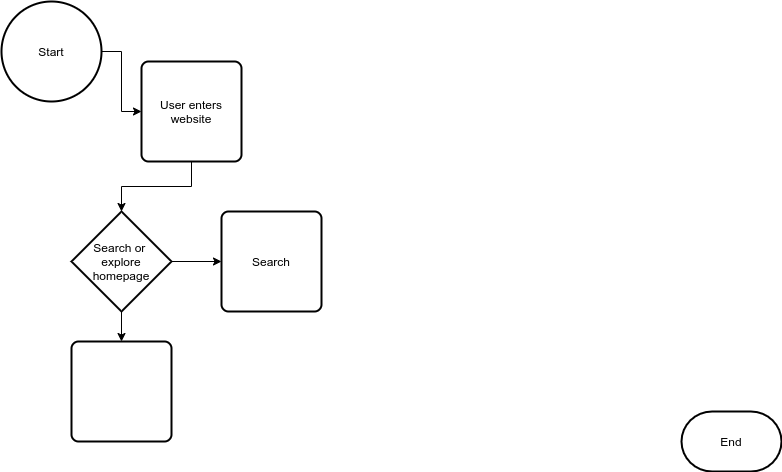
This is explore/diagramming/diagram.drawio.png from haxoc/fa21-cse110-lab4, a draw.io export, as it was before one commit. Source tidied: cells renumbered, new cells last; positions are measured from the earlier drawing's top-left corner, leaving out a move shared by most shapes. The source it was exported from:
```xml
<mxGraphModel>
  <root>
    <mxCell id="0" />
    <mxCell id="1" parent="0" />
    <mxCell id="2" style="edgeStyle=orthogonalEdgeStyle;rounded=0;jettySize=auto;html=1;" parent="1" edge="1" source="3" target="6">
      <mxGeometry relative="1" as="geometry" />
    </mxCell>
    <mxCell id="3" value="Start" style="strokeWidth=2;html=1;shape=mxgraph.flowchart.start_2;whiteSpace=wrap;" parent="1" vertex="1">
      <mxGeometry width="100" height="100" as="geometry" />
    </mxCell>
    <mxCell id="4" value="End" style="strokeWidth=2;html=1;shape=mxgraph.flowchart.terminator;whiteSpace=wrap;" parent="1" vertex="1">
      <mxGeometry x="680" y="410" width="100" height="60" as="geometry" />
    </mxCell>
    <mxCell id="5" style="edgeStyle=orthogonalEdgeStyle;rounded=0;jettySize=auto;html=1;" parent="1" edge="1" source="6" target="9">
      <mxGeometry relative="1" as="geometry" />
    </mxCell>
    <mxCell id="6" value="User enters website" style="rounded=1;whiteSpace=wrap;html=1;absoluteArcSize=1;arcSize=14;strokeWidth=2;" parent="1" vertex="1">
      <mxGeometry x="140" y="60" width="100" height="100" as="geometry" />
    </mxCell>
    <mxCell id="7" style="edgeStyle=orthogonalEdgeStyle;rounded=0;jettySize=auto;html=1;" parent="1" edge="1" source="9" target="10">
      <mxGeometry relative="1" as="geometry" />
    </mxCell>
    <mxCell id="8" style="edgeStyle=orthogonalEdgeStyle;rounded=0;jettySize=auto;html=1;" parent="1" edge="1" source="9" target="11">
      <mxGeometry relative="1" as="geometry" />
    </mxCell>
    <mxCell id="9" value="Search or &lt;br&gt;explore homepage" style="strokeWidth=2;html=1;shape=mxgraph.flowchart.decision;whiteSpace=wrap;" parent="1" vertex="1">
      <mxGeometry x="70" y="210" width="100" height="100" as="geometry" />
    </mxCell>
    <mxCell id="10" value="Search" style="rounded=1;whiteSpace=wrap;html=1;absoluteArcSize=1;arcSize=14;strokeWidth=2;" parent="1" vertex="1">
      <mxGeometry x="220" y="210" width="100" height="100" as="geometry" />
    </mxCell>
    <mxCell id="11" style="rounded=1;whiteSpace=wrap;html=1;absoluteArcSize=1;arcSize=14;strokeWidth=2;" parent="1" vertex="1">
      <mxGeometry x="70" y="340" width="100" height="100" as="geometry" />
    </mxCell>
  </root>
</mxGraphModel>
```
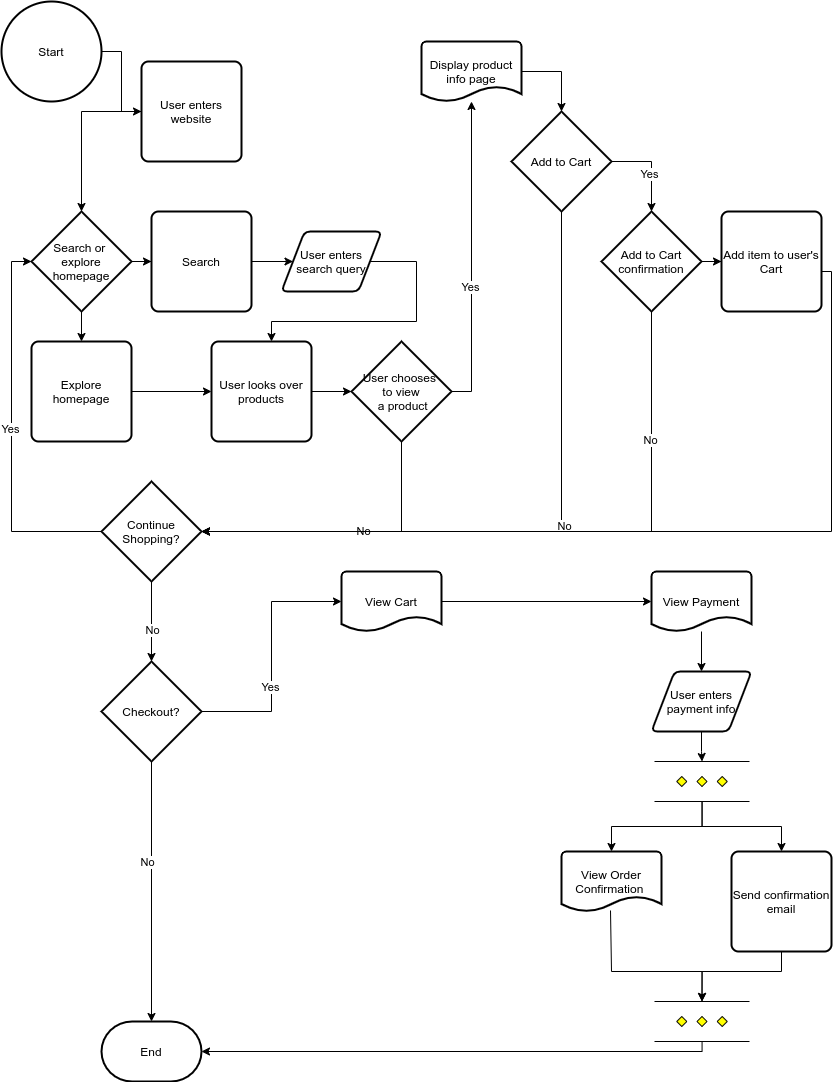
The same diagram one commit later.

What changed in the source:
```diff
@@ -9,7 +9,7 @@
       <mxGeometry width="100" height="100" as="geometry" />
     </mxCell>
     <mxCell id="4" value="End" style="strokeWidth=2;html=1;shape=mxgraph.flowchart.terminator;whiteSpace=wrap;" parent="1" vertex="1">
-      <mxGeometry x="680" y="410" width="100" height="60" as="geometry" />
+      <mxGeometry x="100" y="1020" width="100" height="60" as="geometry" />
     </mxCell>
     <mxCell id="5" style="edgeStyle=orthogonalEdgeStyle;rounded=0;jettySize=auto;html=1;" parent="1" edge="1" source="6" target="9">
       <mxGeometry relative="1" as="geometry" />
@@ -24,13 +24,223 @@
       <mxGeometry relative="1" as="geometry" />
     </mxCell>
     <mxCell id="9" value="Search or &lt;br&gt;explore homepage" style="strokeWidth=2;html=1;shape=mxgraph.flowchart.decision;whiteSpace=wrap;" parent="1" vertex="1">
-      <mxGeometry x="70" y="210" width="100" height="100" as="geometry" />
+      <mxGeometry x="30" y="210" width="100" height="100" as="geometry" />
     </mxCell>
+    <mxCell id="12" style="edgeStyle=orthogonalEdgeStyle;rounded=0;jettySize=auto;html=1;" parent="1" edge="1" source="10" target="15">
+      <mxGeometry relative="1" as="geometry" />
+    </mxCell>
     <mxCell id="10" value="Search" style="rounded=1;whiteSpace=wrap;html=1;absoluteArcSize=1;arcSize=14;strokeWidth=2;" parent="1" vertex="1">
-      <mxGeometry x="220" y="210" width="100" height="100" as="geometry" />
+      <mxGeometry x="150" y="210" width="100" height="100" as="geometry" />
     </mxCell>
+    <mxCell id="13" style="edgeStyle=orthogonalEdgeStyle;rounded=0;jettySize=auto;html=1;" parent="1" edge="1" source="11" target="17">
+      <mxGeometry relative="1" as="geometry" />
+    </mxCell>
-    <mxCell id="11" style="rounded=1;whiteSpace=wrap;html=1;absoluteArcSize=1;arcSize=14;strokeWidth=2;" parent="1" vertex="1">
-      <mxGeometry x="70" y="340" width="100" height="100" as="geometry" />
+    <mxCell id="11" value="Explore homepage" style="rounded=1;whiteSpace=wrap;html=1;absoluteArcSize=1;arcSize=14;strokeWidth=2;" parent="1" vertex="1">
+      <mxGeometry x="30" y="340" width="100" height="100" as="geometry" />
     </mxCell>
+    <mxCell id="14" style="edgeStyle=orthogonalEdgeStyle;rounded=0;jettySize=auto;html=1;" parent="1" edge="1" source="15" target="17">
+      <mxGeometry relative="1" as="geometry">
+        <Array as="points">
+          <mxPoint x="415" y="320" />
+          <mxPoint x="270" y="320" />
+        </Array>
+      </mxGeometry>
+    </mxCell>
+    <mxCell id="15" value="User enters search query" style="shape=parallelogram;html=1;strokeWidth=2;perimeter=parallelogramPerimeter;whiteSpace=wrap;rounded=1;arcSize=12;size=0.23;" parent="1" vertex="1">
+      <mxGeometry x="280" y="230" width="100" height="60" as="geometry" />
+    </mxCell>
+    <mxCell id="16" style="edgeStyle=orthogonalEdgeStyle;rounded=0;jettySize=auto;html=1;" parent="1" edge="1" source="17" target="22">
+      <mxGeometry relative="1" as="geometry" />
+    </mxCell>
+    <mxCell id="17" value="User looks over products" style="rounded=1;whiteSpace=wrap;html=1;absoluteArcSize=1;arcSize=14;strokeWidth=2;" parent="1" vertex="1">
+      <mxGeometry x="210" y="340" width="100" height="100" as="geometry" />
+    </mxCell>
+    <mxCell id="18" style="edgeStyle=orthogonalEdgeStyle;rounded=0;jettySize=auto;html=1;entryX=1;entryY=0.5;entryDx=0;entryDy=0;entryPerimeter=0;" parent="1" edge="1" source="22" target="29">
+      <mxGeometry relative="1" as="geometry">
+        <Array as="points">
+          <mxPoint x="400" y="530" />
+        </Array>
+      </mxGeometry>
+    </mxCell>
+    <mxCell id="19" value="No" style="edgeLabel;html=1;align=center;verticalAlign=middle;" parent="18" vertex="1">
+      <mxGeometry x="-0.12" y="-1" relative="1" as="geometry" />
+    </mxCell>
+    <mxCell id="20" style="edgeStyle=orthogonalEdgeStyle;rounded=0;jettySize=auto;html=1;" parent="1" edge="1" source="22" target="24">
+      <mxGeometry relative="1" as="geometry">
+        <Array as="points">
+          <mxPoint x="470" y="390" />
+        </Array>
+      </mxGeometry>
+    </mxCell>
+    <mxCell id="21" value="Yes" style="edgeLabel;html=1;align=center;verticalAlign=middle;" parent="20" vertex="1">
+      <mxGeometry x="-0.2" y="2" relative="1" as="geometry" />
+    </mxCell>
+    <mxCell id="22" value="User chooses &lt;br&gt;to view&lt;br&gt;&amp;nbsp;a product" style="strokeWidth=2;html=1;shape=mxgraph.flowchart.decision;whiteSpace=wrap;" parent="1" vertex="1">
+      <mxGeometry x="350" y="340" width="100" height="100" as="geometry" />
+    </mxCell>
+    <mxCell id="23" style="edgeStyle=orthogonalEdgeStyle;rounded=0;jettySize=auto;html=1;" parent="1" edge="1" source="24" target="39">
+      <mxGeometry relative="1" as="geometry">
+        <Array as="points">
+          <mxPoint x="560" y="70" />
+        </Array>
+      </mxGeometry>
+    </mxCell>
+    <mxCell id="24" value="Display product info page" style="strokeWidth=2;html=1;shape=mxgraph.flowchart.document2;whiteSpace=wrap;size=0.25;" parent="1" vertex="1">
+      <mxGeometry x="420" y="40" width="100" height="60" as="geometry" />
+    </mxCell>
+    <mxCell id="25" style="edgeStyle=orthogonalEdgeStyle;rounded=0;jettySize=auto;html=1;entryX=0;entryY=0.5;entryDx=0;entryDy=0;entryPerimeter=0;" parent="1" edge="1" source="29" target="9">
+      <mxGeometry relative="1" as="geometry">
+        <Array as="points">
+          <mxPoint x="10" y="530" />
+          <mxPoint x="10" y="260" />
+        </Array>
+      </mxGeometry>
+    </mxCell>
+    <mxCell id="26" value="Yes" style="edgeLabel;html=1;align=center;verticalAlign=middle;" parent="25" vertex="1">
+      <mxGeometry x="0.01" y="2" relative="1" as="geometry" />
+    </mxCell>
+    <mxCell id="27" style="edgeStyle=orthogonalEdgeStyle;rounded=0;jettySize=auto;html=1;" parent="1" edge="1" source="29" target="34">
+      <mxGeometry relative="1" as="geometry" />
+    </mxCell>
+    <mxCell id="28" value="No" style="edgeLabel;html=1;align=center;verticalAlign=middle;" parent="27" vertex="1">
+      <mxGeometry x="0.22" relative="1" as="geometry" />
+    </mxCell>
+    <mxCell id="29" value="Continue Shopping?" style="strokeWidth=2;html=1;shape=mxgraph.flowchart.decision;whiteSpace=wrap;" parent="1" vertex="1">
+      <mxGeometry x="100" y="480" width="100" height="100" as="geometry" />
+    </mxCell>
+    <mxCell id="30" style="edgeStyle=orthogonalEdgeStyle;rounded=0;jettySize=auto;html=1;entryX=0.5;entryY=0;entryDx=0;entryDy=0;entryPerimeter=0;" parent="1" edge="1" source="34" target="4">
+      <mxGeometry relative="1" as="geometry">
+        <Array as="points">
+          <mxPoint x="150" y="1020" />
+        </Array>
+      </mxGeometry>
+    </mxCell>
+    <mxCell id="31" value="No" style="edgeLabel;html=1;align=center;verticalAlign=middle;" parent="30" vertex="1">
+      <mxGeometry x="-0.18" y="-5" relative="1" as="geometry">
+        <mxPoint y="-5" as="offset" />
+      </mxGeometry>
+    </mxCell>
+    <mxCell id="32" style="edgeStyle=orthogonalEdgeStyle;rounded=0;jettySize=auto;html=1;entryX=0;entryY=0.5;entryDx=0;entryDy=0;entryPerimeter=0;" parent="1" edge="1" source="34" target="47">
+      <mxGeometry relative="1" as="geometry" />
+    </mxCell>
+    <mxCell id="33" value="Yes" style="edgeLabel;html=1;align=center;verticalAlign=middle;" parent="32" vertex="1">
+      <mxGeometry x="-0.24" y="2" relative="1" as="geometry" />
+    </mxCell>
+    <mxCell id="34" value="Checkout?" style="strokeWidth=2;html=1;shape=mxgraph.flowchart.decision;whiteSpace=wrap;" parent="1" vertex="1">
+      <mxGeometry x="100" y="660" width="100" height="100" as="geometry" />
+    </mxCell>
+    <mxCell id="35" style="edgeStyle=orthogonalEdgeStyle;rounded=0;jettySize=auto;html=1;" parent="1" edge="1" source="39" target="43">
+      <mxGeometry relative="1" as="geometry">
+        <Array as="points">
+          <mxPoint x="650" y="160" />
+        </Array>
+      </mxGeometry>
+    </mxCell>
+    <mxCell id="36" value="Yes" style="edgeLabel;html=1;align=center;verticalAlign=middle;" parent="35" vertex="1">
+      <mxGeometry x="0.23" y="-3" relative="1" as="geometry">
+        <mxPoint y="-3" as="offset" />
+      </mxGeometry>
+    </mxCell>
+    <mxCell id="37" style="edgeStyle=orthogonalEdgeStyle;rounded=0;jettySize=auto;html=1;entryX=1;entryY=0.5;entryDx=0;entryDy=0;entryPerimeter=0;" parent="1" edge="1" source="39" target="29">
+      <mxGeometry relative="1" as="geometry">
+        <Array as="points">
+          <mxPoint x="560" y="530" />
+        </Array>
+      </mxGeometry>
+    </mxCell>
+    <mxCell id="38" value="No" style="edgeLabel;html=1;align=center;verticalAlign=middle;" parent="37" vertex="1">
+      <mxGeometry x="-0.07" y="2" relative="1" as="geometry" />
+    </mxCell>
+    <mxCell id="39" value="Add to Cart" style="strokeWidth=2;html=1;shape=mxgraph.flowchart.decision;whiteSpace=wrap;" parent="1" vertex="1">
+      <mxGeometry x="510" y="110" width="100" height="100" as="geometry" />
+    </mxCell>
+    <mxCell id="40" style="edgeStyle=orthogonalEdgeStyle;rounded=0;jettySize=auto;html=1;entryX=1;entryY=0.5;entryDx=0;entryDy=0;entryPerimeter=0;" parent="1" edge="1" source="43" target="29">
+      <mxGeometry relative="1" as="geometry">
+        <Array as="points">
+          <mxPoint x="650" y="530" />
+        </Array>
+      </mxGeometry>
+    </mxCell>
+    <mxCell id="41" value="No" style="edgeLabel;html=1;align=center;verticalAlign=middle;" parent="40" vertex="1">
+      <mxGeometry x="-0.62" y="-2" relative="1" as="geometry" />
+    </mxCell>
+    <mxCell id="42" style="edgeStyle=orthogonalEdgeStyle;rounded=0;jettySize=auto;html=1;" parent="1" edge="1" source="43" target="45">
+      <mxGeometry relative="1" as="geometry" />
+    </mxCell>
+    <mxCell id="43" value="Add to Cart confirmation" style="strokeWidth=2;html=1;shape=mxgraph.flowchart.decision;whiteSpace=wrap;" parent="1" vertex="1">
+      <mxGeometry x="600" y="210" width="100" height="100" as="geometry" />
+    </mxCell>
+    <mxCell id="44" style="edgeStyle=orthogonalEdgeStyle;rounded=0;jettySize=auto;html=1;entryX=1;entryY=0.5;entryDx=0;entryDy=0;entryPerimeter=0;" parent="1" edge="1" source="45" target="29">
+      <mxGeometry relative="1" as="geometry">
+        <Array as="points">
+          <mxPoint x="830" y="270" />
+          <mxPoint x="830" y="530" />
+        </Array>
+      </mxGeometry>
+    </mxCell>
+    <mxCell id="45" value="Add item to user's Cart" style="rounded=1;whiteSpace=wrap;html=1;absoluteArcSize=1;arcSize=14;strokeWidth=2;" parent="1" vertex="1">
+      <mxGeometry x="720" y="210" width="100" height="100" as="geometry" />
+    </mxCell>
+    <mxCell id="46" style="edgeStyle=orthogonalEdgeStyle;rounded=0;jettySize=auto;html=1;entryX=0;entryY=0.5;entryDx=0;entryDy=0;entryPerimeter=0;" parent="1" edge="1" source="47" target="49">
+      <mxGeometry relative="1" as="geometry" />
+    </mxCell>
+    <mxCell id="47" value="View Cart" style="strokeWidth=2;html=1;shape=mxgraph.flowchart.document2;whiteSpace=wrap;size=0.25;" parent="1" vertex="1">
+      <mxGeometry x="340" y="570" width="100" height="60" as="geometry" />
+    </mxCell>
+    <mxCell id="48" style="edgeStyle=orthogonalEdgeStyle;rounded=0;jettySize=auto;html=1;" parent="1" edge="1" source="49" target="51">
+      <mxGeometry relative="1" as="geometry" />
+    </mxCell>
+    <mxCell id="49" value="View Payment" style="strokeWidth=2;html=1;shape=mxgraph.flowchart.document2;whiteSpace=wrap;size=0.25;" parent="1" vertex="1">
+      <mxGeometry x="650" y="570" width="100" height="60" as="geometry" />
+    </mxCell>
+    <mxCell id="50" style="edgeStyle=orthogonalEdgeStyle;rounded=0;jettySize=auto;html=1;" parent="1" edge="1" source="51" target="56">
+      <mxGeometry relative="1" as="geometry" />
+    </mxCell>
+    <mxCell id="51" value="User enters payment info" style="shape=parallelogram;html=1;strokeWidth=2;perimeter=parallelogramPerimeter;whiteSpace=wrap;rounded=1;arcSize=12;size=0.23;" parent="1" vertex="1">
+      <mxGeometry x="650" y="670" width="100" height="60" as="geometry" />
+    </mxCell>
+    <mxCell id="52" style="edgeStyle=orthogonalEdgeStyle;rounded=0;jettySize=auto;html=1;entryX=0.5;entryY=0;entryDx=0;entryDy=0;entryPerimeter=0;exitX=0.49;exitY=0.883;exitDx=0;exitDy=0;exitPerimeter=0;" parent="1" edge="1" target="60">
+      <mxGeometry relative="1" as="geometry">
+        <mxPoint x="609" y="909" as="sourcePoint" />
+        <Array as="points">
+          <mxPoint x="610" y="909" />
+          <mxPoint x="610" y="970" />
+          <mxPoint x="701" y="970" />
+        </Array>
+      </mxGeometry>
+    </mxCell>
+    <mxCell id="53" value="View Order Confirmation&amp;nbsp;" style="strokeWidth=2;html=1;shape=mxgraph.flowchart.document2;whiteSpace=wrap;size=0.25;" parent="1" vertex="1">
+      <mxGeometry x="560" y="850" width="100" height="60" as="geometry" />
+    </mxCell>
+    <mxCell id="54" style="edgeStyle=orthogonalEdgeStyle;rounded=0;jettySize=auto;html=1;entryX=0.5;entryY=0;entryDx=0;entryDy=0;entryPerimeter=0;" parent="1" edge="1" source="56" target="53">
+      <mxGeometry relative="1" as="geometry" />
+    </mxCell>
+    <mxCell id="55" style="edgeStyle=orthogonalEdgeStyle;rounded=0;jettySize=auto;html=1;entryX=0.5;entryY=0;entryDx=0;entryDy=0;" parent="1" edge="1" source="56" target="58">
+      <mxGeometry relative="1" as="geometry" />
+    </mxCell>
+    <mxCell id="56" style="verticalLabelPosition=bottom;verticalAlign=top;html=1;shape=mxgraph.flowchart.parallel_mode;" parent="1" vertex="1">
+      <mxGeometry x="653" y="760" width="95" height="40" as="geometry" />
+    </mxCell>
+    <mxCell id="57" style="edgeStyle=orthogonalEdgeStyle;rounded=0;jettySize=auto;html=1;entryX=0.5;entryY=0;entryDx=0;entryDy=0;entryPerimeter=0;" parent="1" edge="1" source="58" target="60">
+      <mxGeometry relative="1" as="geometry">
+        <Array as="points">
+          <mxPoint x="780" y="970" />
+          <mxPoint x="701" y="970" />
+        </Array>
+      </mxGeometry>
+    </mxCell>
+    <mxCell id="58" value="Send confirmation email" style="rounded=1;whiteSpace=wrap;html=1;absoluteArcSize=1;arcSize=14;strokeWidth=2;" parent="1" vertex="1">
+      <mxGeometry x="730" y="850" width="100" height="100" as="geometry" />
+    </mxCell>
+    <mxCell id="59" style="edgeStyle=orthogonalEdgeStyle;rounded=0;jettySize=auto;html=1;entryX=1;entryY=0.5;entryDx=0;entryDy=0;entryPerimeter=0;" parent="1" edge="1" source="60" target="4">
+      <mxGeometry relative="1" as="geometry">
+        <Array as="points">
+          <mxPoint x="701" y="1050" />
+        </Array>
+      </mxGeometry>
+    </mxCell>
+    <mxCell id="60" style="verticalLabelPosition=bottom;verticalAlign=top;html=1;shape=mxgraph.flowchart.parallel_mode;" parent="1" vertex="1">
+      <mxGeometry x="653" y="1000" width="95" height="40" as="geometry" />
+    </mxCell>
   </root>
 </mxGraphModel>
```
